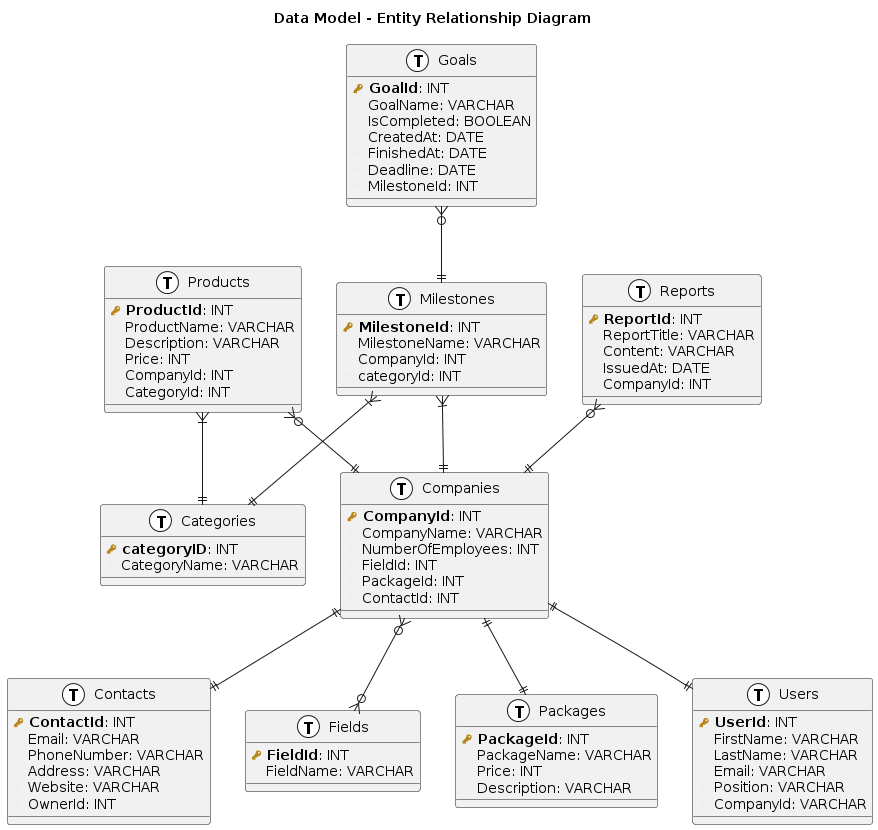
The PlantUML diagram docs/img/data-model.png in marouenes/take-off, before a commit. Its diagram source:
```plantuml
@startuml uml2

title Data Model - Entity Relationship Diagram

!define primary_key(x) <b><color:#b8861b><&key></color> x</b>
!define foreign_key(x) <color:#aaaaaa><&key></color> x
!define column(x) <color:#efefef><&media-record></color> x
!define table(x) entity x << (T, white) >>

table( Categories ) {
  primary_key( categoryID ): INT
  column( CategoryName ): VARCHAR
}

table( Companies ) {
  primary_key( CompanyId ): INT
  column( CompanyName ): VARCHAR
  column( NumberOfEmployees ): INT
  column( FieldId ): INT
  column( PackageId ): INT
  column( ContactId ): INT
}

table( Contacts ) {
  primary_key( ContactId ): INT
  column( Email ): VARCHAR
  column( PhoneNumber ): VARCHAR
  column( Address ): VARCHAR
  column( Website ): VARCHAR
  column( OwnerId ): INT
}

table( Fields ) {
  primary_key( FieldId ): INT
  column( FieldName ): VARCHAR
}

table( Goals ) {
  primary_key( GoalId ): INT
  column( GoalName ): VARCHAR
  column( IsCompleted ): BOOLEAN
  column( CreatedAt ): DATE
  column( FinishedAt ): DATE
  column( Deadline ): DATE
  column( MilestoneId ): INT
}

table( Milestones ) {
  primary_key( MilestoneId ): INT
  column( MilestoneName ): VARCHAR
  column( CompanyId ): INT
  column( categoryId ): INT
}

table( Packages ) {
  primary_key( PackageId ): INT
  column( PackageName ): VARCHAR
  column( Price ): INT
  column( Description ): VARCHAR
}

table( Products ) {
  primary_key( ProductId ): INT
  column( ProductName ): VARCHAR
  column( Description ): VARCHAR
  column( Price ): INT
  column( CompanyId ): INT
  column( CategoryId ): INT
}

table( Reports ) {
  primary_key( ReportId ): INT
  column( ReportTitle ): VARCHAR
  column( Content ): VARCHAR
  column( IssuedAt ): DATE
  column( CompanyId ): INT
}

table( Users ) {
  primary_key( UserId ): INT
  column( FirstName ): VARCHAR
  column( LastName ): VARCHAR
  column( Email ): VARCHAR
  column( Position ): VARCHAR
  column( CompanyId ): VARCHAR
}

Products }|--|| Categories
Milestones }|--|| Categories
Goals }o--|| Milestones
Milestones }|--|| Companies
Products }o--|| Companies
Reports }o--|| Companies
Companies ||--|| Contacts
Companies ||--|| Packages
Companies ||--|| Users
Companies }o--o{ Fields


@enduml
```
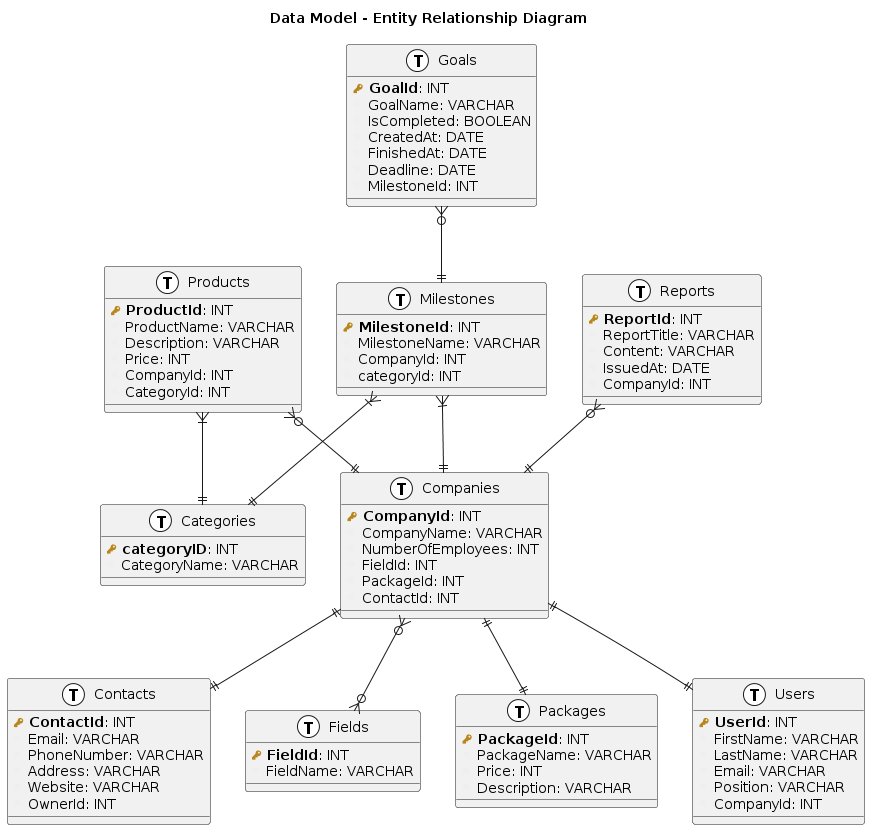
The same file after the commit.

Commit message:
[fix] - Replace cast type to INT in entity Users

What changed in the source:
```diff
@@ -82,7 +82,7 @@
   column( LastName ): VARCHAR
   column( Email ): VARCHAR
   column( Position ): VARCHAR
-  column( CompanyId ): VARCHAR
+  column( CompanyId ): INT
 }
 
 Products }|--|| Categories
```
